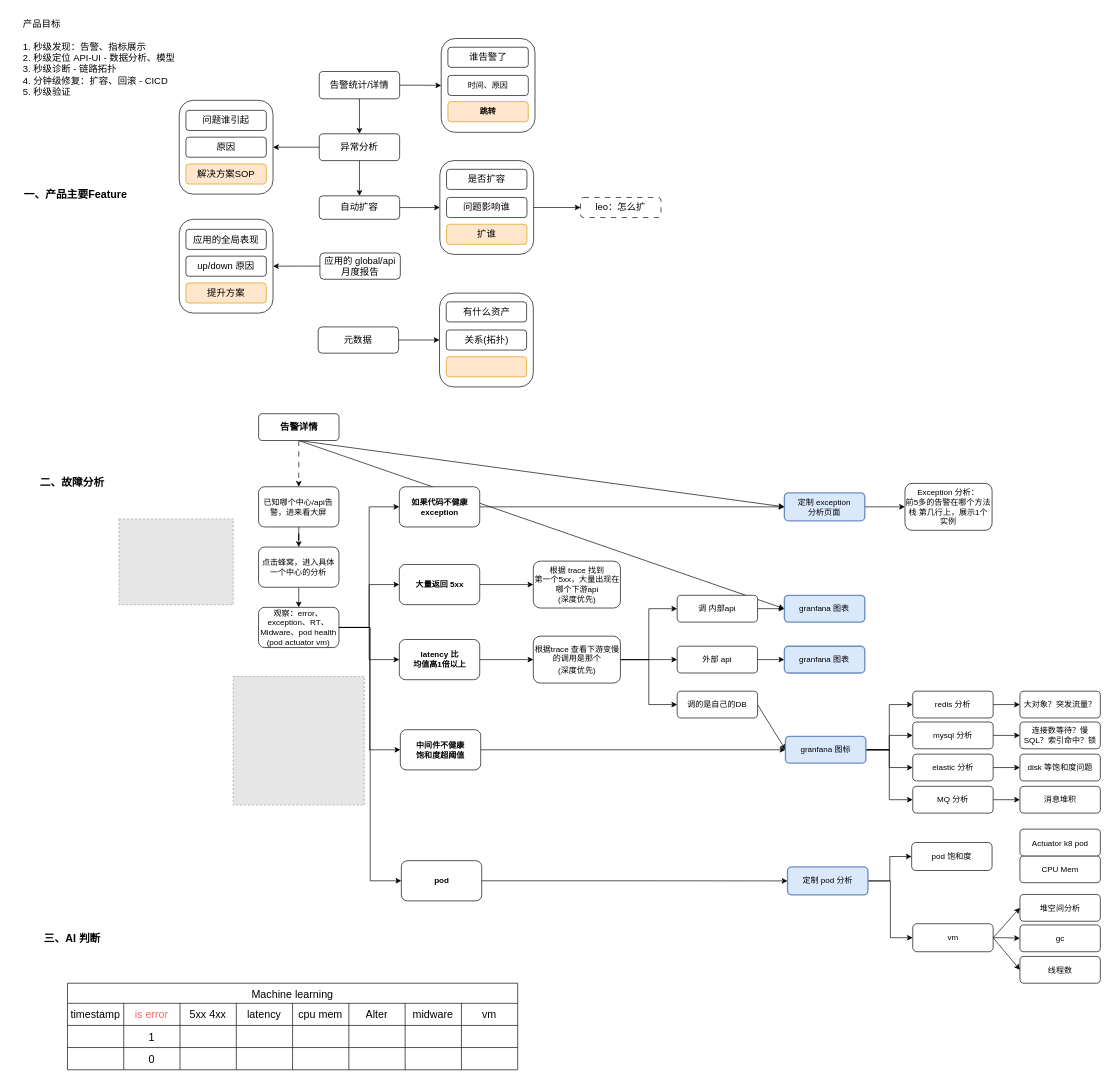
Allen9797/WorkZone keeps this draw.io diagram as page "feature 分析" (6 of 6) of 数据采集架构图.drawio. Above is the earlier version. Source tidied: cells renumbered, new cells numbered last; positions are measured from the earlier drawing's top-left corner, leaving out a move shared by most shapes. Both pictures are drawn from the tidied source at 67%, with x=0, y=0 at pixel (15, 14). Pictures stored in the file or linked from it are replaced by grey dashed boxes.
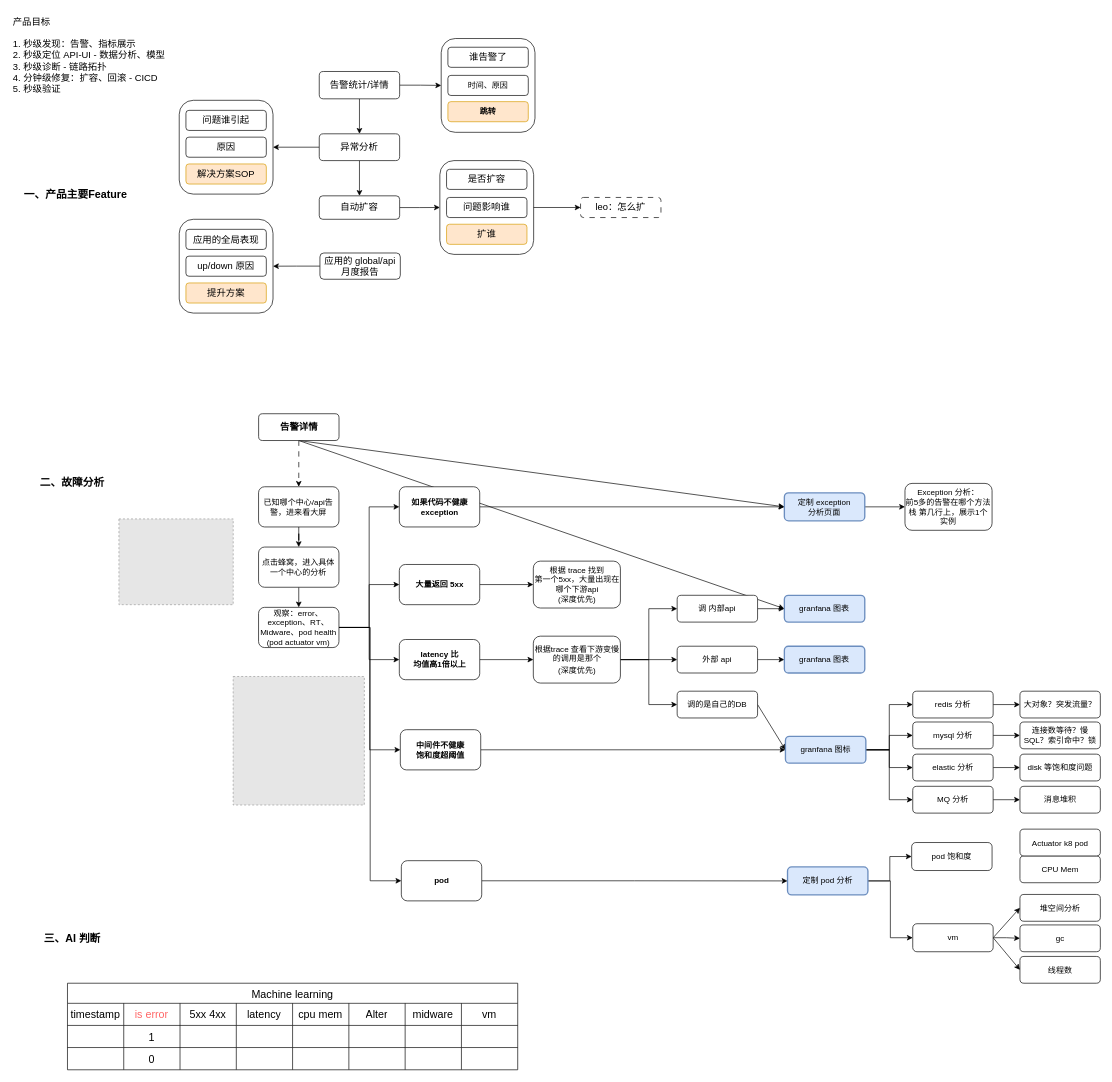
The same diagram, later.

Commit message:
更新数据采集架构图.drawio

What changed in the source:
```diff
@@
-    <mxCell id="124" style="edgeStyle=orthogonalEdgeStyle;rounded=0;jettySize=auto;html=1;exitX=1;exitY=0.5;exitDx=0;exitDy=0;entryX=0;entryY=0.5;entryDx=0;entryDy=0;" parent="1" edge="1" source="125" target="126">
-      <mxGeometry relative="1" as="geometry" />
-    </mxCell>
-    <mxCell id="125" value="&lt;span style=&quot;font-size: 14px;&quot;&gt;元数据&lt;/span&gt;" style="rounded=1;whiteSpace=wrap;html=1;" parent="1" vertex="1">
-      <mxGeometry x="452.4" y="466.4" width="120" height="39.2" as="geometry" />
-    </mxCell>
-    <mxCell id="126" style="rounded=1;whiteSpace=wrap;html=1;fillColor=none;" parent="1" vertex="1">
-      <mxGeometry x="633.5" y="416" width="140" height="140" as="geometry" />
-    </mxCell>
-    <mxCell id="127" value="&lt;span style=&quot;font-size: 14px;&quot;&gt;关系(拓扑)&lt;br&gt;&lt;/span&gt;" style="rounded=1;whiteSpace=wrap;html=1;" parent="1" vertex="1">
-      <mxGeometry x="643.5" y="471" width="120" height="30" as="geometry" />
-    </mxCell>
-    <mxCell id="128" value="&lt;span style=&quot;font-size: 14px;&quot;&gt;有什么资产&lt;br&gt;&lt;/span&gt;" style="rounded=1;whiteSpace=wrap;html=1;" parent="1" vertex="1">
-      <mxGeometry x="643.5" y="429" width="120" height="30" as="geometry" />
-    </mxCell>
-    <mxCell id="129" value="&lt;span style=&quot;font-size: 14px;&quot;&gt;&lt;br&gt;&lt;/span&gt;" style="rounded=1;whiteSpace=wrap;html=1;fillColor=#ffe6cc;strokeColor=#d79b00;" parent="1" vertex="1">
-      <mxGeometry x="643.5" y="511" width="120" height="30" as="geometry" />
-    </mxCell>
@@
     <mxCell id="135" value="&lt;div style=&quot;font-size: 14px;&quot;&gt;产品目标&lt;/div&gt;&lt;div style=&quot;font-size: 14px;&quot;&gt;&lt;br&gt;&lt;/div&gt;&lt;div style=&quot;font-size: 14px;&quot;&gt;1. 秒级发现：告警、指标展示&lt;/div&gt;&lt;div style=&quot;font-size: 14px;&quot;&gt;2. 秒级定位 API-UI - 数据分析、模型&lt;/div&gt;&lt;div style=&quot;font-size: 14px;&quot;&gt;3. 秒级诊断 - 链路拓扑&lt;/div&gt;&lt;div style=&quot;font-size: 14px;&quot;&gt;4. 分钟级修复：扩容、回滚 - CICD&lt;/div&gt;&lt;div style=&quot;font-size: 14px;&quot;&gt;5. 秒级验证&lt;/div&gt;" style="text;html=1;align=left;verticalAlign=middle;strokeColor=none;fillColor=none;fontSize=14;" parent="1" vertex="1">
-      <mxGeometry x="10" y="0.2" width="250" height="130" as="geometry" />
+      <mxGeometry x="-5" y="-4" width="250" height="130" as="geometry" />
     </mxCell>
```
